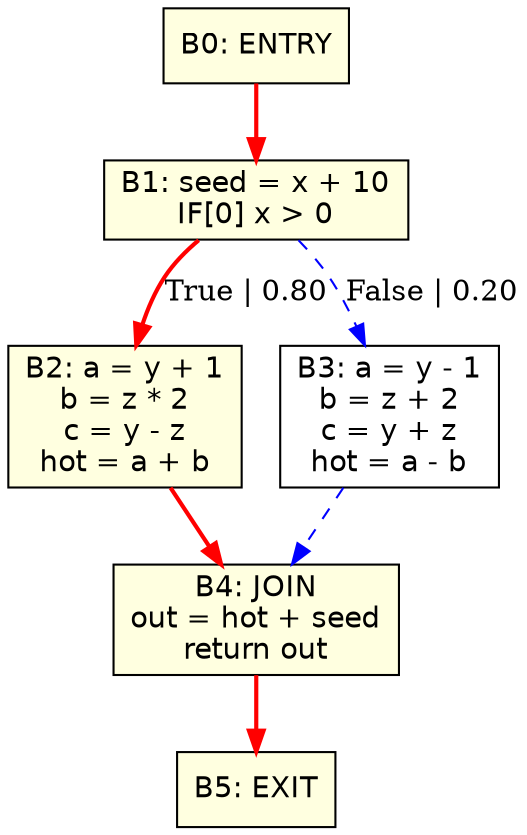
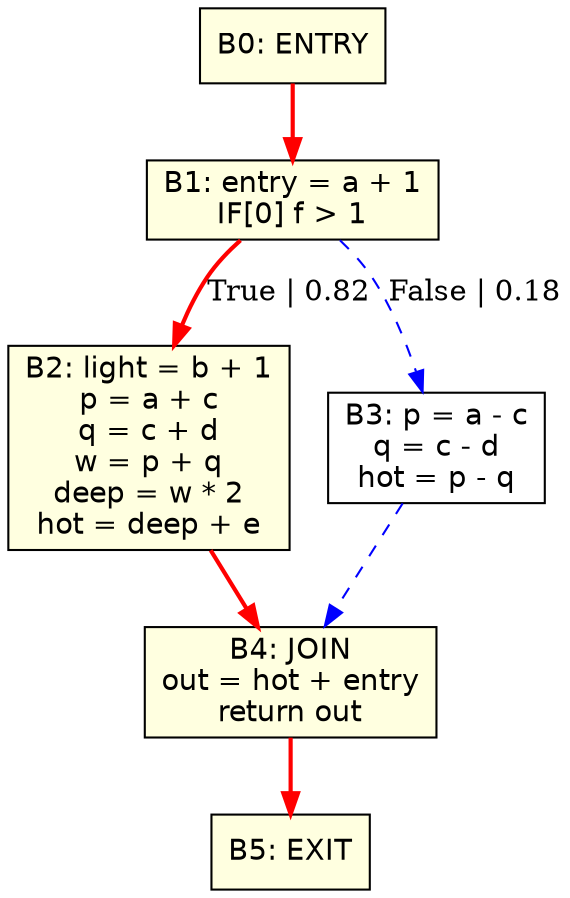
digraph CFG {
  rankdir=TB;
  node [shape=box, fontname=Helvetica];
  B0 [label="B0: ENTRY", style="filled", fillcolor="lightyellow"];
-   B1 [label="B1: seed = x + 10\nIF[0] x > 0", style="filled", fillcolor="lightyellow"];
-   B2 [label="B2: a = y + 1\nb = z * 2\nc = y - z\nhot = a + b", style="filled", fillcolor="lightyellow"];
-   B3 [label="B3: a = y - 1\nb = z + 2\nc = y + z\nhot = a - b"];
-   B4 [label="B4: JOIN\nout = hot + seed\nreturn out", style="filled", fillcolor="lightyellow"];
+   B1 [label="B1: entry = a + 1\nIF[0] f > 1", style="filled", fillcolor="lightyellow"];
+   B2 [label="B2: light = b + 1\np = a + c\nq = c + d\nw = p + q\ndeep = w * 2\nhot = deep + e", style="filled", fillcolor="lightyellow"];
+   B3 [label="B3: p = a - c\nq = c - d\nhot = p - q"];
+   B4 [label="B4: JOIN\nout = hot + entry\nreturn out", style="filled", fillcolor="lightyellow"];
  B5 [label="B5: EXIT", style="filled", fillcolor="lightyellow"];
  B0 -> B1 [color="red", penwidth=2.0];
-   B1 -> B2 [label="True | 0.80", color="red", penwidth=2.0];
-   B1 -> B3 [label="False | 0.20", color="blue", style="dashed"];
+   B1 -> B2 [label="True | 0.82", color="red", penwidth=2.0];
+   B1 -> B3 [label="False | 0.18", color="blue", style="dashed"];
  B2 -> B4 [color="red", penwidth=2.0];
  B3 -> B4 [color="blue", style="dashed"];
  B4 -> B5 [color="red", penwidth=2.0];
}